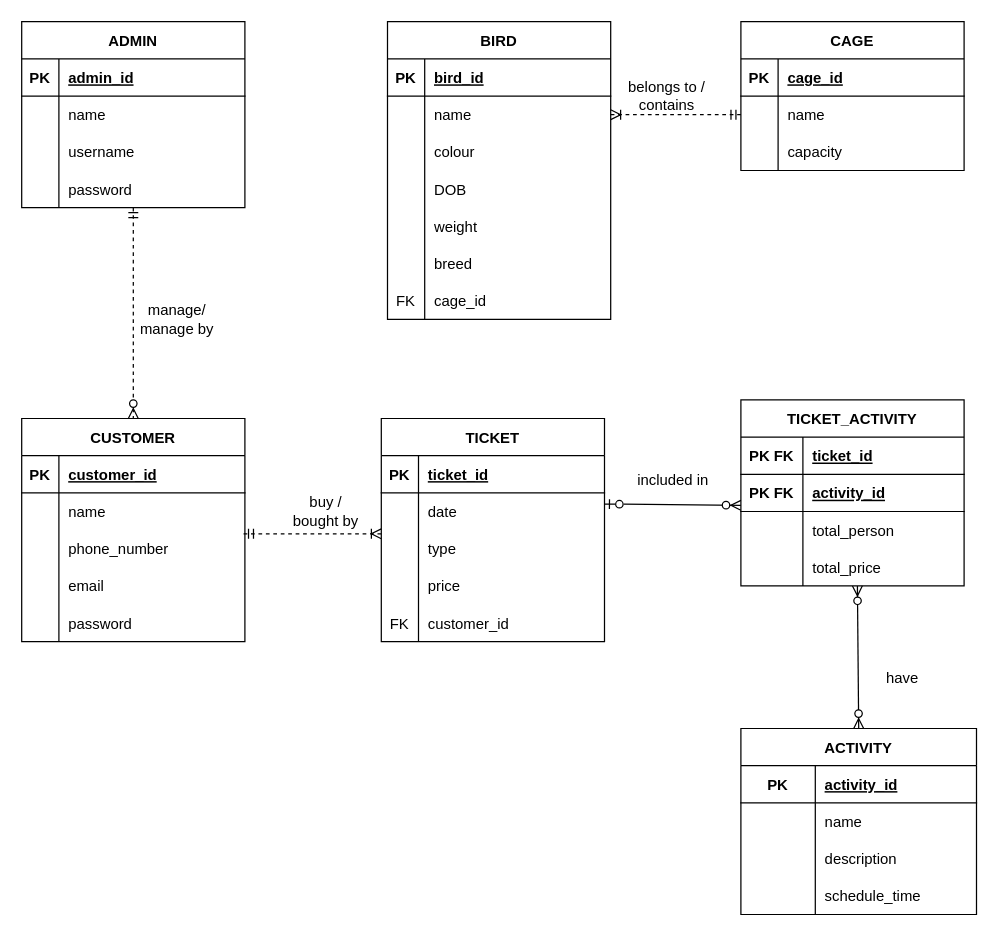
This is page "Page-2" (2 of 5) of Exercise1ClassDiagram.drawio from abby18abby/week-2-class-diagram, a draw.io file, before an edit. Source tidied: cells renumbered, new cells numbered last; positions are measured from the earlier drawing's top-left corner, leaving out a move shared by most shapes. Both pictures are drawn from the tidied source at 124%, with x=0, y=0 at pixel (21, 21).
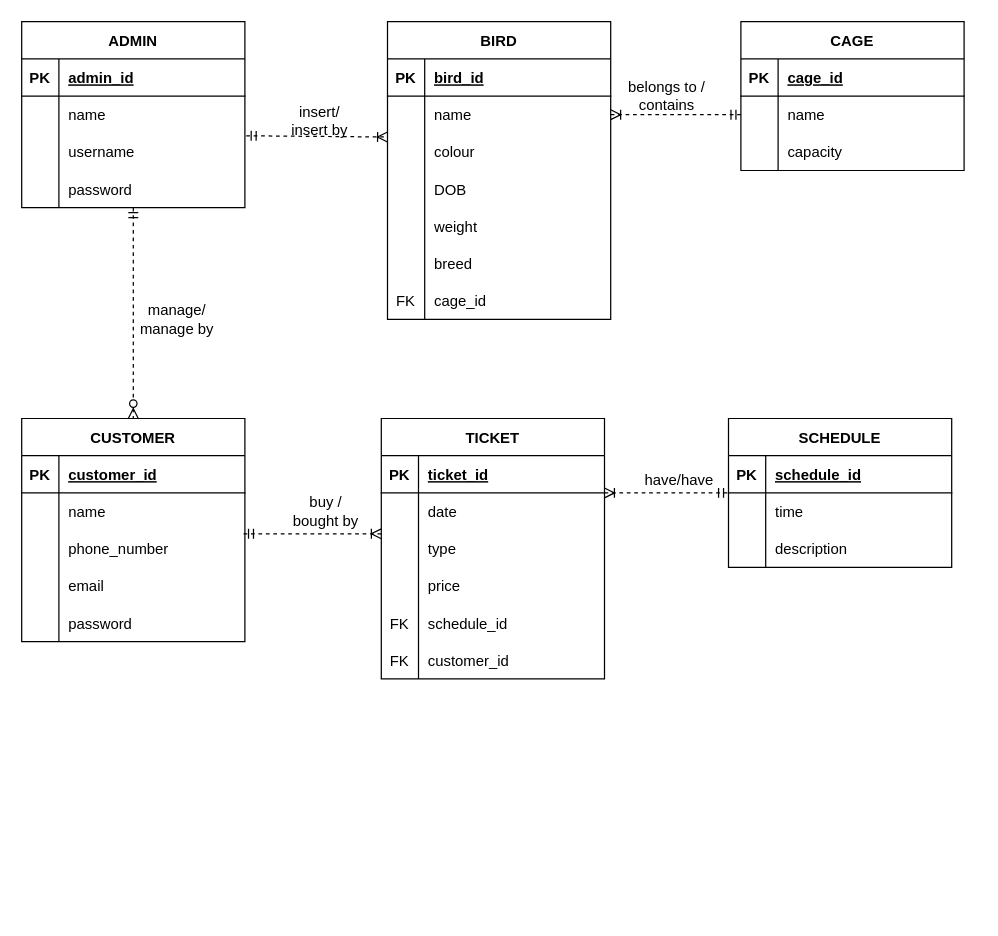
Above is the later version.

The change refers to these unchanged cells:
```xml
<mxCell id="9" style="shape=tableRow;horizontal=0;startSize=0;swimlaneHead=0;swimlaneBody=0;fillColor=none;points=[[0,0.5],[1,0.5]];portConstraint=eastwest;top=0;left=0;right=0;bottom=0;" parent="2" vertex="1">
  <mxGeometry y="90" width="180" height="30" as="geometry" />
</mxCell>
<mxCell id="22" style="shape=tableRow;horizontal=0;startSize=0;swimlaneHead=0;swimlaneBody=0;fillColor=none;points=[[0,0.5],[1,0.5]];portConstraint=eastwest;top=0;left=0;right=0;bottom=0;" parent="15" vertex="1">
  <mxGeometry y="90" width="180" height="30" as="geometry" />
</mxCell>
```

Change to the diagram source:
```diff
@@
     <mxCell id="63" value="TICKET" style="shape=table;startSize=30;childLayout=tableLayout;rowLines=0;fontStyle=1;align=center;" parent="1" vertex="1">
-      <mxGeometry x="290" y="320" width="180" height="180" as="geometry" />
+      <mxGeometry x="290" y="320" width="180" height="210" as="geometry" />
     </mxCell>
@@
+    <mxCell id="115" style="shape=tableRow;horizontal=0;startSize=0;swimlaneHead=0;swimlaneBody=0;fillColor=none;top=0;left=0;right=0;bottom=0;" parent="63" vertex="1">
+      <mxGeometry y="150" width="180" height="30" as="geometry" />
+    </mxCell>
+    <mxCell id="116" value="FK" style="shape=partialRectangle;fillColor=none;top=0;left=0;bottom=0;right=0;overflow=hidden;" parent="115" vertex="1">
+      <mxGeometry width="30" height="30" as="geometry" />
+    </mxCell>
+    <mxCell id="117" value="schedule_id" style="shape=partialRectangle;fillColor=none;top=0;left=0;bottom=0;right=0;align=left;spacingLeft=6;overflow=hidden;" parent="115" vertex="1">
+      <mxGeometry x="30" width="150" height="30" as="geometry" />
+    </mxCell>
     <mxCell id="76" style="shape=tableRow;horizontal=0;startSize=0;swimlaneHead=0;swimlaneBody=0;fillColor=none;top=0;left=0;right=0;bottom=0;" parent="63" vertex="1">
-      <mxGeometry y="150" width="180" height="30" as="geometry" />
+      <mxGeometry y="180" width="180" height="30" as="geometry" />
     </mxCell>
@@
-    <mxCell id="79" value="ACTIVITY" style="shape=table;startSize=30;childLayout=tableLayout;rowLines=0;fontStyle=1;align=center;" parent="1" vertex="1">
-      <mxGeometry x="580" y="570" width="190" height="150" as="geometry" />
-    </mxCell>
-    <mxCell id="80" style="shape=tableRow;horizontal=0;startSize=0;swimlaneHead=0;swimlaneBody=0;fillColor=none;top=0;left=0;right=0;bottom=1;" parent="79" vertex="1">
-      <mxGeometry y="30" width="190" height="30" as="geometry" />
-    </mxCell>
-    <mxCell id="81" value="PK" style="shape=partialRectangle;fillColor=none;top=0;left=0;bottom=0;right=0;fontStyle=1;overflow=hidden;" parent="80" vertex="1">
-      <mxGeometry width="60" height="30" as="geometry" />
-    </mxCell>
-    <mxCell id="82" value="activity_id" style="shape=partialRectangle;fillColor=none;top=0;left=0;bottom=0;right=0;align=left;spacingLeft=6;fontStyle=5;overflow=hidden;" parent="80" vertex="1">
-      <mxGeometry x="60" width="130" height="30" as="geometry" />
-    </mxCell>
-    <mxCell id="83" style="shape=tableRow;horizontal=0;startSize=0;swimlaneHead=0;swimlaneBody=0;fillColor=none;top=0;left=0;right=0;bottom=0;" parent="79" vertex="1">
-      <mxGeometry y="60" width="190" height="30" as="geometry" />
-    </mxCell>
-    <mxCell id="84" style="shape=partialRectangle;fillColor=none;top=0;left=0;bottom=0;right=0;overflow=hidden;fontStyle=1;" parent="83" vertex="1">
-      <mxGeometry width="60" height="30" as="geometry" />
-    </mxCell>
-    <mxCell id="85" value="name" style="shape=partialRectangle;fillColor=none;top=0;left=0;bottom=0;right=0;align=left;spacingLeft=6;overflow=hidden;fontStyle=0;" parent="83" vertex="1">
-      <mxGeometry x="60" width="130" height="30" as="geometry" />
-    </mxCell>
-    <mxCell id="86" style="shape=tableRow;horizontal=0;startSize=0;swimlaneHead=0;swimlaneBody=0;fillColor=none;top=0;left=0;right=0;bottom=0;" parent="79" vertex="1">
-      <mxGeometry y="90" width="190" height="30" as="geometry" />
-    </mxCell>
-    <mxCell id="87" style="shape=partialRectangle;fillColor=none;top=0;left=0;bottom=0;right=0;overflow=hidden;fontStyle=1;" parent="86" vertex="1">
-      <mxGeometry width="60" height="30" as="geometry" />
-    </mxCell>
-    <mxCell id="88" value="description" style="shape=partialRectangle;fillColor=none;top=0;left=0;bottom=0;right=0;align=left;spacingLeft=6;overflow=hidden;fontStyle=0;" parent="86" vertex="1">
-      <mxGeometry x="60" width="130" height="30" as="geometry" />
-    </mxCell>
-    <mxCell id="89" style="shape=tableRow;horizontal=0;startSize=0;swimlaneHead=0;swimlaneBody=0;fillColor=none;top=0;left=0;right=0;bottom=0;" parent="79" vertex="1">
-      <mxGeometry y="120" width="190" height="30" as="geometry" />
-    </mxCell>
-    <mxCell id="90" style="shape=partialRectangle;fillColor=none;top=0;left=0;bottom=0;right=0;overflow=hidden;fontStyle=1;" parent="89" vertex="1">
-      <mxGeometry width="60" height="30" as="geometry" />
-    </mxCell>
-    <mxCell id="91" value="schedule_time" style="shape=partialRectangle;fillColor=none;top=0;left=0;bottom=0;right=0;align=left;spacingLeft=6;overflow=hidden;fontStyle=0;" parent="89" vertex="1">
-      <mxGeometry x="60" width="130" height="30" as="geometry" />
-    </mxCell>
@@
-    <mxCell id="98" style="fontSize=12;html=1;endArrow=ERzeroToMany;endFill=1;startArrow=ERzeroToOne;rounded=0;jumpStyle=none;jumpSize=4;startFill=0;exitX=1;exitY=0.3;exitDx=0;exitDy=0;exitPerimeter=0;" parent="1" edge="1">
-      <mxGeometry relative="1" as="geometry">
-        <mxPoint x="470" y="389" as="sourcePoint" />
-        <mxPoint x="580" y="390" as="targetPoint" />
-      </mxGeometry>
-    </mxCell>
-    <mxCell id="99" style="fontSize=12;html=1;endArrow=ERzeroToMany;endFill=1;startArrow=ERzeroToMany;rounded=0;jumpStyle=none;jumpSize=4;exitX=0.5;exitY=0;exitDx=0;exitDy=0;entryX=0.522;entryY=1;entryDx=0;entryDy=0;entryPerimeter=0;" parent="1" edge="1" source="79" target="112">
-      <mxGeometry relative="1" as="geometry" />
-    </mxCell>
-    <mxCell id="100" value="included in" style="text;html=1;align=center;verticalAlign=middle;strokeColor=none;fillColor=none;" parent="1" vertex="1">
-      <mxGeometry x="490" y="360" width="70" height="20" as="geometry" />
-    </mxCell>
-    <mxCell id="101" value="have" style="text;html=1;align=center;verticalAlign=middle;strokeColor=none;fillColor=none;" parent="1" vertex="1">
-      <mxGeometry x="690" y="520" width="40" height="20" as="geometry" />
-    </mxCell>
-    <mxCell id="102" value="TICKET_ACTIVITY" style="shape=table;startSize=30;childLayout=tableLayout;rowLines=0;fontStyle=1;align=center;" parent="1" vertex="1">
-      <mxGeometry x="580" y="305" width="180" height="150" as="geometry" />
-    </mxCell>
+    <mxCell id="118" style="fontSize=12;html=1;endArrow=ERoneToMany;startArrow=ERmandOne;rounded=0;jumpStyle=none;jumpSize=4;exitX=1.006;exitY=0.067;exitDx=0;exitDy=0;exitPerimeter=0;dashed=1;endFill=0;entryX=0;entryY=0.1;entryDx=0;entryDy=0;entryPerimeter=0;" parent="1" edge="1" source="9" target="22">
+      <mxGeometry relative="1" as="geometry" />
+    </mxCell>
+    <mxCell id="119" value="insert/&lt;br&gt;insert by" style="text;html=1;align=center;verticalAlign=middle;strokeColor=none;fillColor=none;" parent="1" vertex="1">
+      <mxGeometry x="210" y="65" width="60" height="30" as="geometry" />
+    </mxCell>
+    <mxCell id="120" value="SCHEDULE" style="shape=table;startSize=30;childLayout=tableLayout;rowLines=0;fontStyle=1;align=center;" parent="1" vertex="1">
+      <mxGeometry x="570" y="320" width="180" height="120" as="geometry" />
+    </mxCell>
-    <mxCell id="103" style="shape=tableRow;horizontal=0;startSize=0;swimlaneHead=0;swimlaneBody=0;fillColor=none;top=0;left=0;right=0;bottom=1;" parent="102" vertex="1">
+    <mxCell id="103" style="shape=tableRow;horizontal=0;startSize=0;swimlaneHead=0;swimlaneBody=0;fillColor=none;top=0;left=0;right=0;bottom=1;" parent="120" vertex="1">
       <mxGeometry y="30" width="180" height="30" as="geometry" />
     </mxCell>
-    <mxCell id="104" value="PK FK" style="shape=partialRectangle;fillColor=none;top=0;left=0;bottom=0;right=0;fontStyle=1;overflow=hidden;" parent="103" vertex="1">
-      <mxGeometry width="50" height="30" as="geometry" />
-    </mxCell>
-    <mxCell id="105" value="ticket_id" style="shape=partialRectangle;fillColor=none;top=0;left=0;bottom=0;right=0;align=left;spacingLeft=6;fontStyle=5;overflow=hidden;" parent="103" vertex="1">
-      <mxGeometry x="50" width="130" height="30" as="geometry" />
-    </mxCell>
-    <mxCell id="106" style="shape=tableRow;horizontal=0;startSize=0;swimlaneHead=0;swimlaneBody=0;fillColor=none;top=0;left=0;right=0;bottom=1;" parent="102" vertex="1">
-      <mxGeometry y="60" width="180" height="30" as="geometry" />
-    </mxCell>
-    <mxCell id="107" value="PK FK" style="shape=partialRectangle;fillColor=none;top=0;left=0;bottom=0;right=0;fontStyle=1;overflow=hidden;" parent="106" vertex="1">
-      <mxGeometry width="50" height="30" as="geometry" />
-    </mxCell>
-    <mxCell id="108" value="activity_id" style="shape=partialRectangle;fillColor=none;top=0;left=0;bottom=0;right=0;align=left;spacingLeft=6;fontStyle=5;overflow=hidden;" parent="106" vertex="1">
-      <mxGeometry x="50" width="130" height="30" as="geometry" />
-    </mxCell>
+    <mxCell id="81" value="PK" style="shape=partialRectangle;fillColor=none;top=0;left=0;bottom=0;right=0;fontStyle=1;overflow=hidden;" parent="103" vertex="1">
+      <mxGeometry width="30" height="30" as="geometry" />
+    </mxCell>
+    <mxCell id="121" value="schedule_id" style="shape=partialRectangle;fillColor=none;top=0;left=0;bottom=0;right=0;align=left;spacingLeft=6;fontStyle=5;overflow=hidden;" parent="103" vertex="1">
+      <mxGeometry x="30" width="150" height="30" as="geometry" />
+    </mxCell>
+    <mxCell id="122" style="shape=tableRow;horizontal=0;startSize=0;swimlaneHead=0;swimlaneBody=0;fillColor=none;top=0;left=0;right=0;bottom=0;" parent="120" vertex="1">
+      <mxGeometry y="60" width="180" height="30" as="geometry" />
+    </mxCell>
+    <mxCell id="123" style="shape=partialRectangle;fillColor=none;top=0;left=0;bottom=0;right=0;overflow=hidden;" parent="122" vertex="1">
+      <mxGeometry width="30" height="30" as="geometry" />
+    </mxCell>
+    <mxCell id="124" value="time" style="shape=partialRectangle;fillColor=none;top=0;left=0;bottom=0;right=0;align=left;spacingLeft=6;overflow=hidden;" parent="122" vertex="1">
+      <mxGeometry x="30" width="150" height="30" as="geometry" />
+    </mxCell>
-    <mxCell id="109" style="shape=tableRow;horizontal=0;startSize=0;swimlaneHead=0;swimlaneBody=0;fillColor=none;top=0;left=0;right=0;bottom=0;" parent="102" vertex="1">
+    <mxCell id="109" style="shape=tableRow;horizontal=0;startSize=0;swimlaneHead=0;swimlaneBody=0;fillColor=none;top=0;left=0;right=0;bottom=0;" parent="120" vertex="1">
       <mxGeometry y="90" width="180" height="30" as="geometry" />
     </mxCell>
-    <mxCell id="110" style="shape=partialRectangle;fillColor=none;top=0;left=0;bottom=0;right=0;overflow=hidden;" parent="109" vertex="1">
-      <mxGeometry width="50" height="30" as="geometry" />
-    </mxCell>
-    <mxCell id="111" value="total_person" style="shape=partialRectangle;fillColor=none;top=0;left=0;bottom=0;right=0;align=left;spacingLeft=6;overflow=hidden;" parent="109" vertex="1">
-      <mxGeometry x="50" width="130" height="30" as="geometry" />
-    </mxCell>
-    <mxCell id="112" style="shape=tableRow;horizontal=0;startSize=0;swimlaneHead=0;swimlaneBody=0;fillColor=none;points=[[0,0.5],[1,0.5]];portConstraint=eastwest;top=0;left=0;right=0;bottom=0;" parent="102" vertex="1">
-      <mxGeometry y="120" width="180" height="30" as="geometry" />
-    </mxCell>
-    <mxCell id="113" style="shape=partialRectangle;fillColor=none;top=0;left=0;bottom=0;right=0;overflow=hidden;" parent="112" vertex="1">
-      <mxGeometry width="50" height="30" as="geometry" />
-    </mxCell>
-    <mxCell id="114" value="total_price" style="shape=partialRectangle;fillColor=none;top=0;left=0;bottom=0;right=0;align=left;spacingLeft=6;overflow=hidden;" parent="112" vertex="1">
-      <mxGeometry x="50" width="130" height="30" as="geometry" />
-    </mxCell>
+    <mxCell id="125" style="shape=partialRectangle;fillColor=none;top=0;left=0;bottom=0;right=0;overflow=hidden;" parent="109" vertex="1">
+      <mxGeometry width="30" height="30" as="geometry" />
+    </mxCell>
+    <mxCell id="88" value="description" style="shape=partialRectangle;fillColor=none;top=0;left=0;bottom=0;right=0;align=left;spacingLeft=6;overflow=hidden;" parent="109" vertex="1">
+      <mxGeometry x="30" width="150" height="30" as="geometry" />
+    </mxCell>
+    <mxCell id="126" style="fontSize=12;html=1;endArrow=ERmandOne;startArrow=ERoneToMany;rounded=0;dashed=1;jumpStyle=none;jumpSize=4;exitX=0.994;exitY=0.1;exitDx=0;exitDy=0;exitPerimeter=0;endFill=0;startFill=0;" parent="1" edge="1">
+      <mxGeometry relative="1" as="geometry">
+        <mxPoint x="470" y="380" as="sourcePoint" />
+        <mxPoint x="570" y="380" as="targetPoint" />
+      </mxGeometry>
+    </mxCell>
+    <mxCell id="127" value="have/have" style="text;html=1;align=center;verticalAlign=middle;strokeColor=none;fillColor=none;" parent="1" vertex="1">
+      <mxGeometry x="495" y="360" width="70" height="20" as="geometry" />
+    </mxCell>
```
